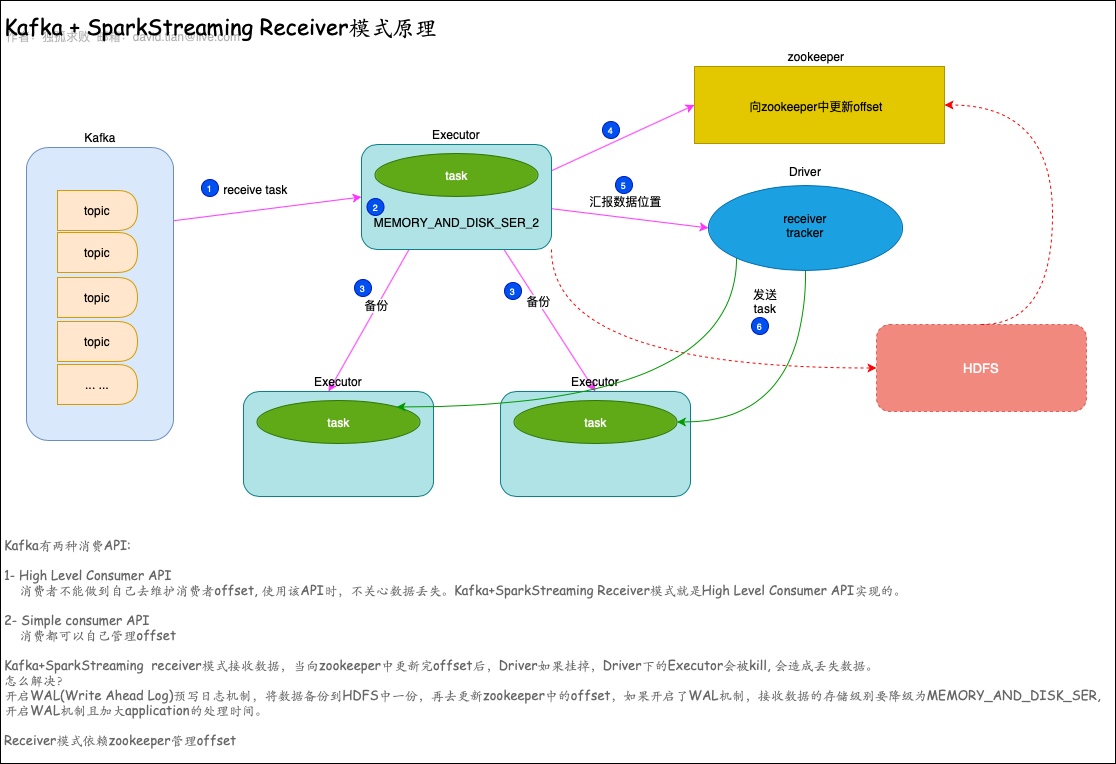
The draw.io diagram spark/architecture/Kafka SparkStreaming Receiver.png in dvtn/docs, before a commit. Source tidied: cells renumbered, new cells last; positions are measured from the earlier drawing's top-left corner, leaving out a move shared by most shapes.
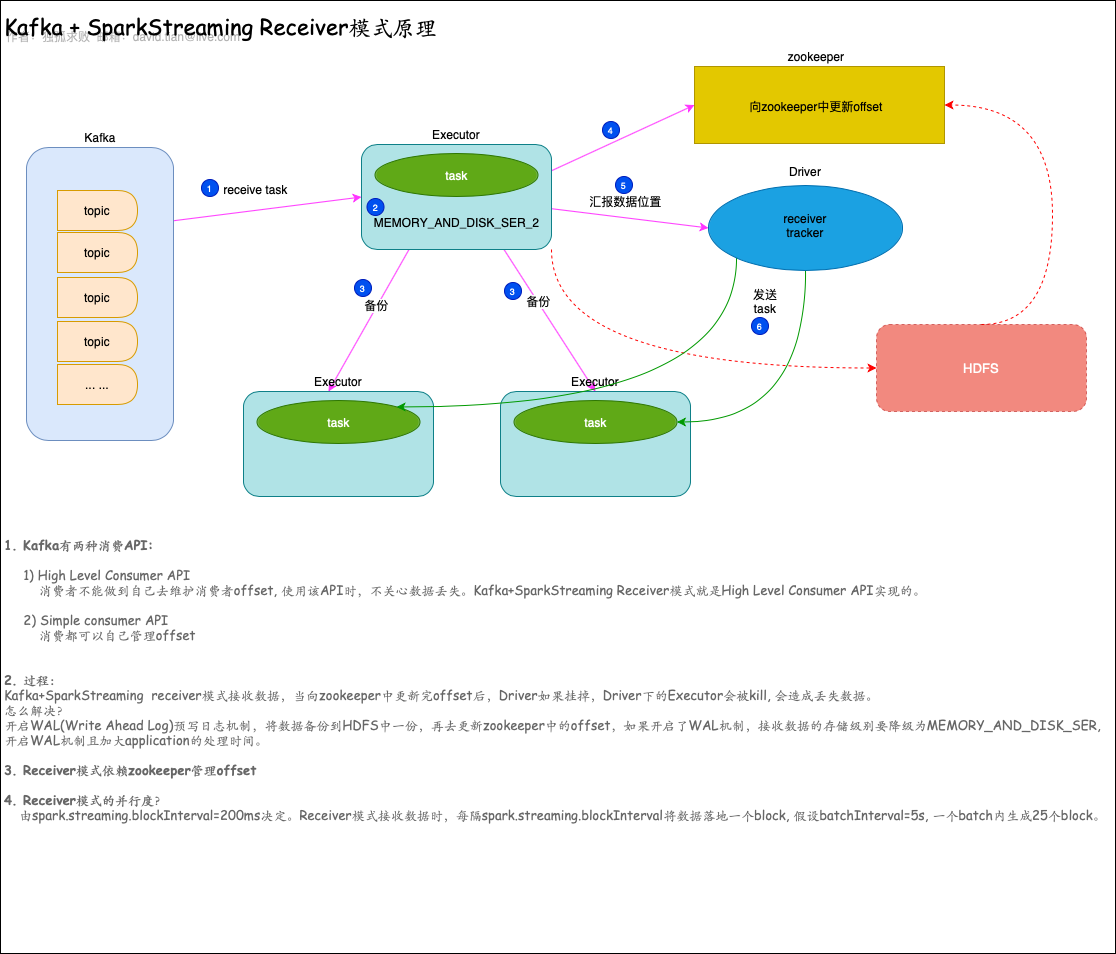
Above is the later version.

The edit, as a diff of the source:
```diff
@@ -3,7 +3,7 @@
     <mxCell id="0" />
     <mxCell id="1" parent="0" />
     <mxCell id="2" style="rounded=0;whiteSpace=wrap;html=1;fontSize=12;align=left;" parent="1" vertex="1">
-      <mxGeometry width="1115" height="763" as="geometry" />
+      <mxGeometry width="1115" height="953" as="geometry" />
     </mxCell>
     <mxCell id="3" style="rounded=0;jettySize=auto;html=1;exitX=1;exitY=0.25;exitDx=0;exitDy=0;entryX=0;entryY=0.5;entryDx=0;entryDy=0;strokeColor=#FF33FF;" parent="1" edge="1" source="5" target="20">
       <mxGeometry relative="1" as="geometry" />
@@ -146,8 +146,8 @@
     <mxCell id="45" value="6" style="ellipse;whiteSpace=wrap;html=1;fillColor=#0050ef;strokeColor=#001DBC;fontColor=#ffffff;fontSize=9;" parent="1" vertex="1">
       <mxGeometry x="751" y="317" width="17" height="17" as="geometry" />
     </mxCell>
-    <mxCell id="46" value="&lt;br&gt;Kafka有两种消费API:&lt;br&gt;&lt;br&gt;1- High Level Consumer API &lt;br&gt;&amp;nbsp; &amp;nbsp; 消费者不能做到自己去维护消费者offset, 使用该API时，不关心数据丢失。Kafka+SparkStreaming Receiver模式就是High Level Consumer API实现的。&lt;br&gt;&lt;br&gt;2- Simple consumer API&lt;br&gt;&amp;nbsp; &amp;nbsp; 消费都可以自己管理offset&lt;br&gt;&lt;br&gt;Kafka+SparkStreaming &amp;nbsp;receiver模式接收数据，当向zookeeper中更新完offset后，Driver如果挂掉，Driver下的Executor会被kill, 会造成丢失数据。&lt;br&gt;怎么解决？&lt;br&gt;开启WAL(Write Ahead Log)预写日志机制，将数据备份到HDFS中一份，再去更新zookeeper中的offset，如果开启了WAL机制，接收数据的存储级别要降级为MEMORY_AND_DISK_SER, 开启WAL机制且加大application的处理时间。&lt;br&gt;&lt;br&gt;Receiver模式依赖zookeeper管理offset" style="text;html=1;strokeColor=none;fillColor=none;align=left;verticalAlign=top;whiteSpace=wrap;rounded=0;fontSize=13;fontFamily=Comic Sans MS;textOpacity=60;" parent="1" vertex="1">
-      <mxGeometry x="2" y="516" width="1110" height="224" as="geometry" />
+    <mxCell id="46" value="&lt;b&gt;&lt;br&gt;1. Kafka有两种消费API:&lt;/b&gt;&lt;br&gt;&lt;br&gt;&amp;nbsp; &amp;nbsp; &amp;nbsp;1) High Level Consumer API &lt;br&gt;&amp;nbsp; &amp;nbsp; &amp;nbsp; &amp;nbsp; &amp;nbsp;消费者不能做到自己去维护消费者offset, 使用该API时，不关心数据丢失。Kafka+SparkStreaming Receiver模式就是High Level Consumer API实现的。&lt;br&gt;&lt;br&gt;&amp;nbsp; &amp;nbsp; &amp;nbsp;2) Simple consumer API&lt;br&gt;&amp;nbsp; &amp;nbsp; &amp;nbsp; &amp;nbsp; &amp;nbsp;消费都可以自己管理offset&lt;br&gt;&lt;br&gt;&lt;br&gt;&lt;b&gt;2. 过程：&lt;/b&gt;&lt;br&gt;Kafka+SparkStreaming &amp;nbsp;receiver模式接收数据，当向zookeeper中更新完offset后，Driver如果挂掉，Driver下的Executor会被kill, 会造成丢失数据。&lt;br&gt;怎么解决？&lt;br&gt;开启WAL(Write Ahead Log)预写日志机制，将数据备份到HDFS中一份，再去更新zookeeper中的offset，如果开启了WAL机制，接收数据的存储级别要降级为MEMORY_AND_DISK_SER, 开启WAL机制且加大application的处理时间。&lt;br&gt;&lt;br&gt;&lt;b&gt;3. Receiver模式依赖zookeeper管理offset&lt;br&gt;&lt;br&gt;4. Receiver模式的并行度？&lt;br&gt;&amp;nbsp; &lt;/b&gt;&amp;nbsp;由spark.streaming.blockInterval=200ms决定。Receiver模式接收数据时，每隔spark.streaming.blockInterval将数据落地一个block, 假设batchInterval=5s, 一个batch内生成25个block。" style="text;html=1;strokeColor=none;fillColor=none;align=left;verticalAlign=top;whiteSpace=wrap;rounded=0;fontSize=13;fontFamily=Comic Sans MS;textOpacity=60;" parent="1" vertex="1">
+      <mxGeometry x="2" y="516" width="1110" height="374" as="geometry" />
     </mxCell>
     <mxCell id="47" style="edgeStyle=orthogonalEdgeStyle;curved=1;rounded=0;jettySize=auto;html=1;exitX=0.5;exitY=0;exitDx=0;exitDy=0;entryX=1;entryY=0.5;entryDx=0;entryDy=0;strokeColor=#FF0000;fontSize=13;dashed=1;" parent="1" edge="1" source="48" target="30">
       <mxGeometry relative="1" as="geometry">
```
